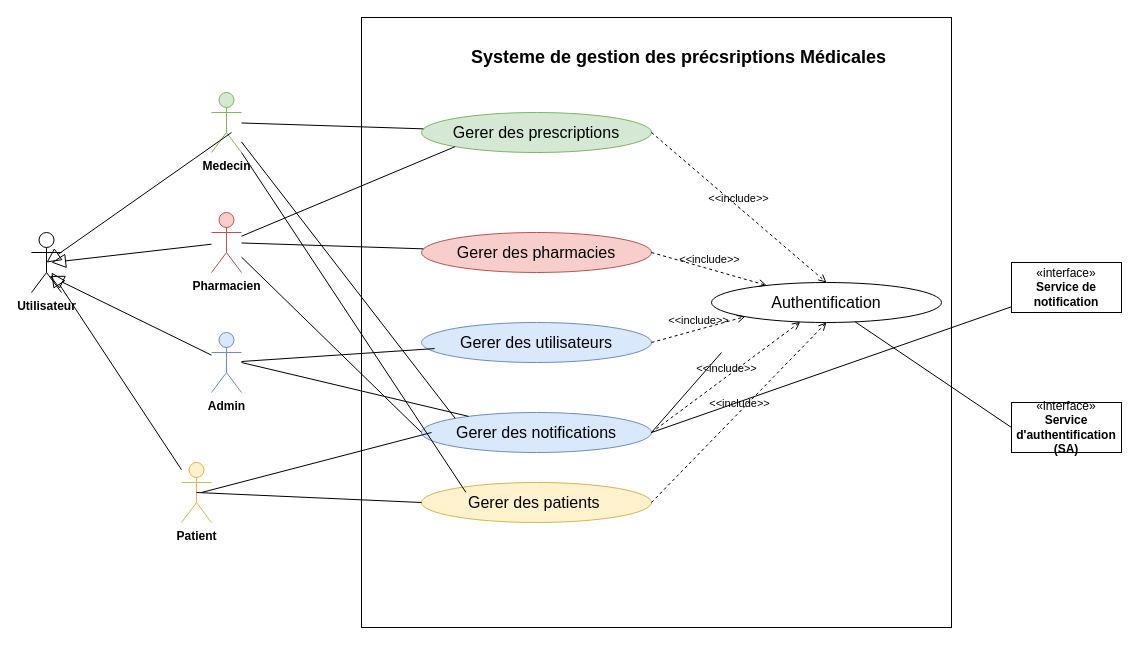
This is Use case Raffiné.drawio from siwar630/Conception-pfe, a draw.io file, before an edit. Source tidied: cells renumbered, new cells numbered last; positions are measured from the earlier drawing's top-left corner, leaving out a move shared by most shapes. Both pictures are drawn from the tidied source at 100%, with x=0, y=0 at pixel (31, 17).
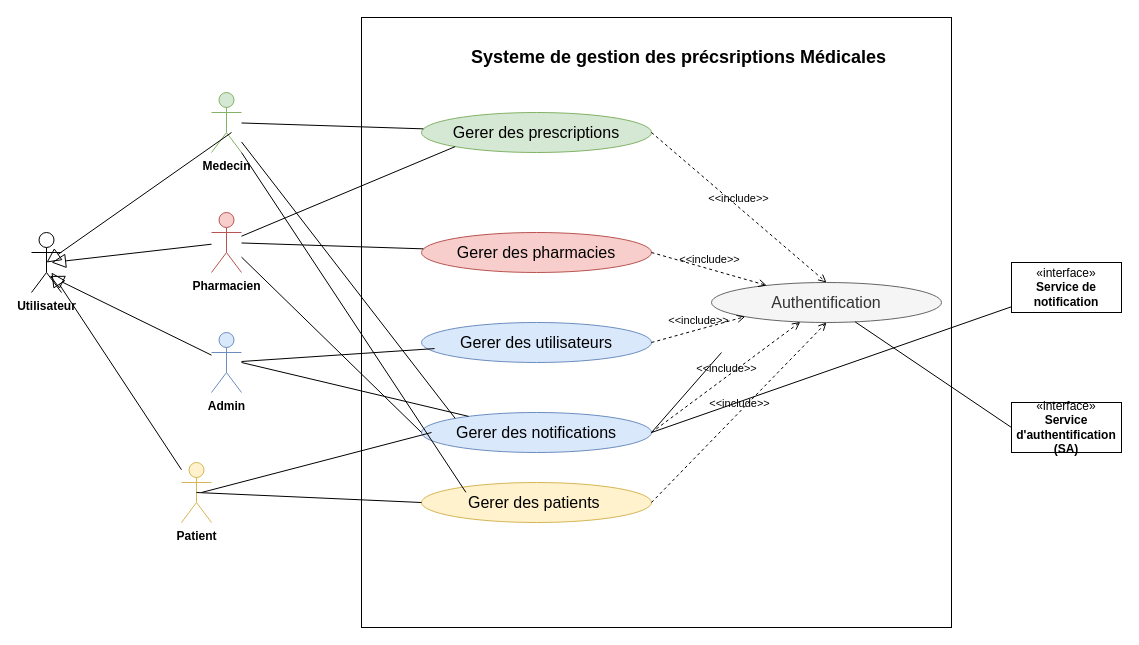
Above is the later version.

Commit message:
Mettre à jour Use case Raffiné.drawio

Change to the diagram source:
```diff
@@
-    <mxCell id="13" value="&lt;span style=&quot;font-size: 16px;&quot;&gt;Authentification&lt;/span&gt;" style="ellipse;whiteSpace=wrap;html=1;align=center;" parent="1" vertex="1">
+    <mxCell id="13" value="&lt;span style=&quot;font-size: 16px;&quot;&gt;Authentification&lt;/span&gt;" style="ellipse;whiteSpace=wrap;html=1;align=center;fillColor=#f5f5f5;fontColor=#333333;strokeColor=#666666;" parent="1" vertex="1">
       <mxGeometry x="680" y="265" width="230" height="40" as="geometry" />
     </mxCell>
```
